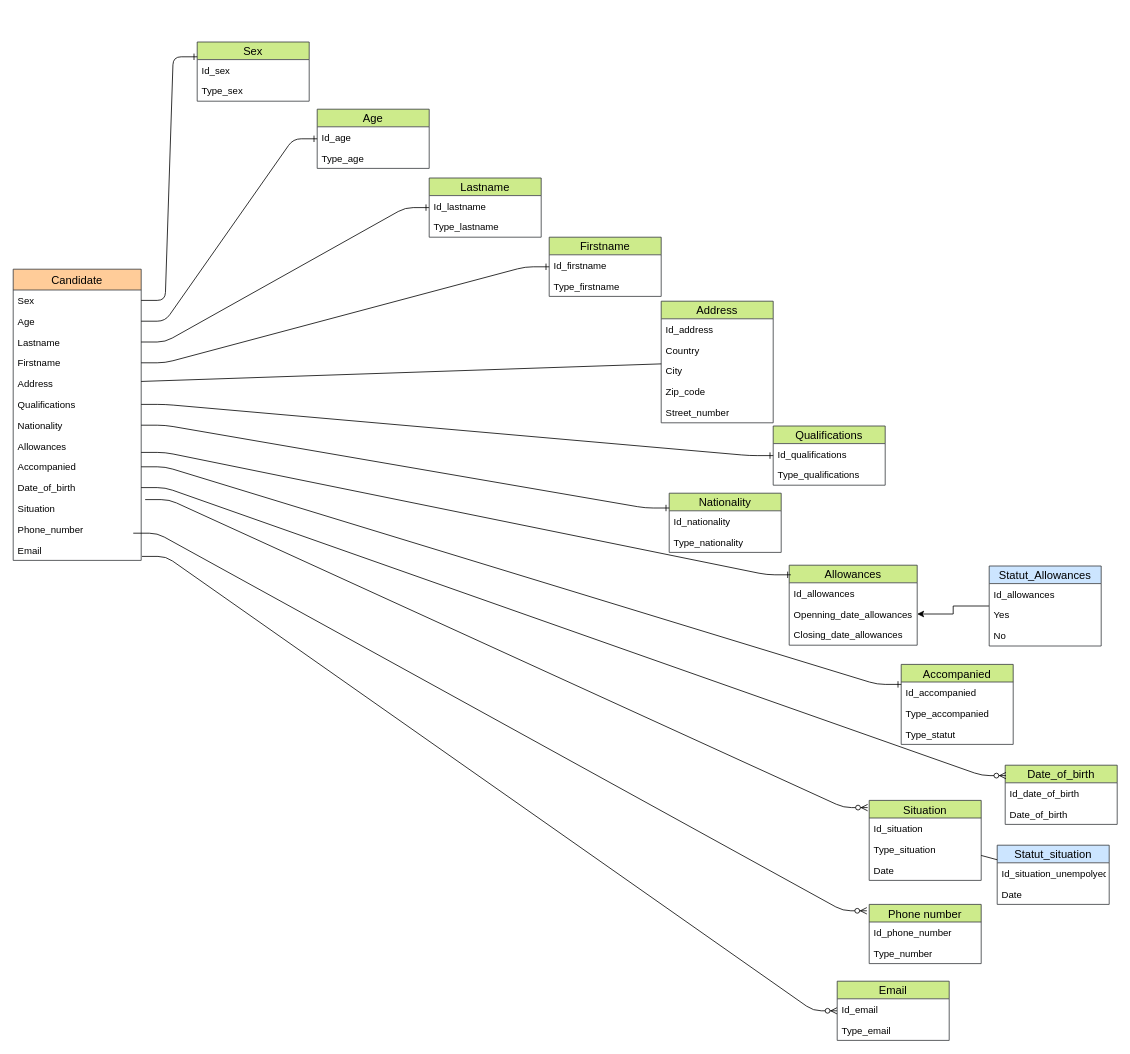
The draw.io diagram MySQL/BD PE.drawio in Barrkevin/GithubKevin, before the edit. Source tidied: cells renumbered, new cells numbered last; positions are measured from the earlier drawing's top-left corner, leaving out a move shared by most shapes. Both pictures are drawn from the tidied source at 80%, with x=0, y=0 at pixel (13, 42).
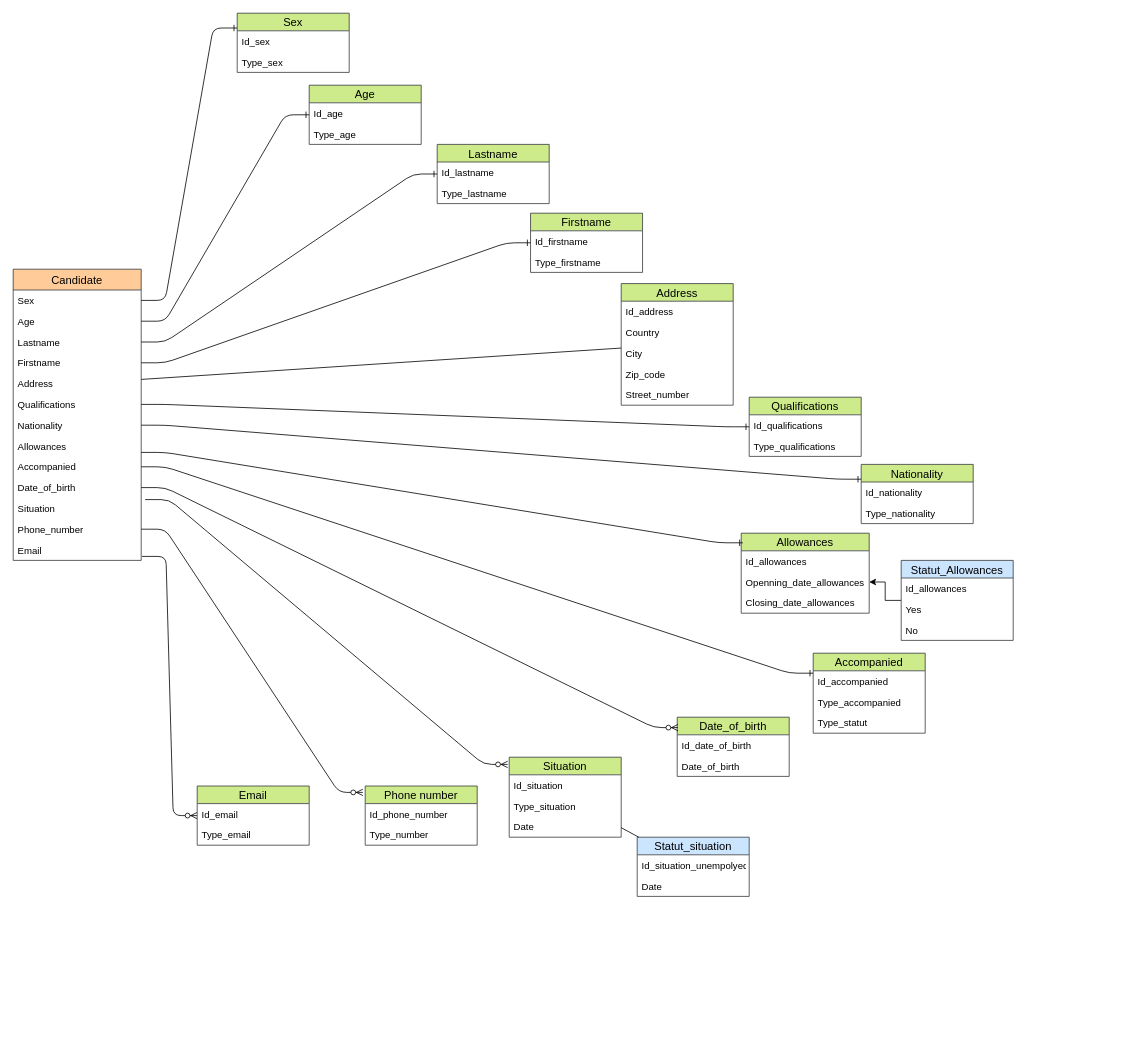
Above is the later version.

Unchanged cells that the change refers to:
```xml
<mxCell id="14" value="Phone_number" style="text;strokeColor=none;fillColor=none;spacingLeft=4;spacingRight=4;overflow=hidden;points=[[0,0.5],[1,0.5]];portConstraint=eastwest;fontSize=12;" parent="2" vertex="1">
  <mxGeometry y="312" width="160" height="26" as="geometry" />
</mxCell>
```

What changed in the source:
```diff
@@
     <mxCell id="16" value="Sex" style="swimlane;fontStyle=0;horizontal=1;startSize=22;fillColor=#cdeb8b;swimlaneFillColor=#ffffff;align=center;fontSize=14;strokeColor=#36393d;" parent="1" vertex="1">
-      <mxGeometry x="230" width="140" height="74" as="geometry" />
+      <mxGeometry x="280" y="-36" width="140" height="74" as="geometry" />
     </mxCell>
@@
     <mxCell id="19" value="Accompanied" style="swimlane;fontStyle=0;horizontal=1;startSize=22;fillColor=#cdeb8b;swimlaneFillColor=#ffffff;align=center;fontSize=14;strokeColor=#36393d;" parent="1" vertex="1">
-      <mxGeometry x="1110" y="778" width="140" height="100" as="geometry" />
+      <mxGeometry x="1000" y="764" width="140" height="100" as="geometry" />
     </mxCell>
@@
     <mxCell id="25" value="Allowances" style="swimlane;fontStyle=0;horizontal=1;startSize=22;fillColor=#cdeb8b;swimlaneFillColor=#ffffff;align=center;fontSize=14;strokeColor=#36393d;" parent="1" vertex="1">
-      <mxGeometry x="970" y="654" width="160" height="100" as="geometry" />
+      <mxGeometry x="910" y="614" width="160" height="100" as="geometry" />
     </mxCell>
@@
     <mxCell id="30" value="Nationality" style="swimlane;fontStyle=0;horizontal=1;startSize=22;fillColor=#cdeb8b;swimlaneFillColor=#ffffff;align=center;fontSize=14;strokeColor=#36393d;" parent="1" vertex="1">
-      <mxGeometry x="820" y="564" width="140" height="74" as="geometry" />
+      <mxGeometry x="1060" y="528" width="140" height="74" as="geometry" />
     </mxCell>
@@
     <mxCell id="33" value="Qualifications" style="swimlane;fontStyle=0;horizontal=1;startSize=22;fillColor=#cdeb8b;swimlaneFillColor=#ffffff;align=center;fontSize=14;strokeColor=#36393d;" parent="1" vertex="1">
-      <mxGeometry x="950" y="480" width="140" height="74" as="geometry" />
+      <mxGeometry x="920" y="444" width="140" height="74" as="geometry" />
     </mxCell>
@@
     <mxCell id="36" value="Address" style="swimlane;fontStyle=0;horizontal=1;startSize=22;fillColor=#cdeb8b;swimlaneFillColor=#ffffff;align=center;fontSize=14;strokeColor=#36393d;" parent="1" vertex="1">
-      <mxGeometry x="810" y="324" width="140" height="152" as="geometry" />
+      <mxGeometry x="760" y="302" width="140" height="152" as="geometry" />
     </mxCell>
@@
     <mxCell id="44" value="Age" style="swimlane;fontStyle=0;horizontal=1;startSize=22;fillColor=#cdeb8b;swimlaneFillColor=#ffffff;align=center;fontSize=14;strokeColor=#36393d;" parent="1" vertex="1">
-      <mxGeometry x="380" y="84" width="140" height="74" as="geometry" />
+      <mxGeometry x="370" y="54" width="140" height="74" as="geometry" />
     </mxCell>
@@
     <mxCell id="49" value="Lastname" style="swimlane;fontStyle=0;horizontal=1;startSize=22;fillColor=#cdeb8b;swimlaneFillColor=#ffffff;align=center;fontSize=14;strokeColor=#36393d;" parent="1" vertex="1">
-      <mxGeometry x="520" y="170" width="140" height="74" as="geometry" />
+      <mxGeometry x="530" y="128" width="140" height="74" as="geometry" />
     </mxCell>
@@
     <mxCell id="52" value="Firstname" style="swimlane;fontStyle=0;horizontal=1;startSize=22;fillColor=#cdeb8b;swimlaneFillColor=#ffffff;align=center;fontSize=14;strokeColor=#36393d;" parent="1" vertex="1">
-      <mxGeometry x="670" y="244" width="140" height="74" as="geometry" />
+      <mxGeometry x="646.7" y="214" width="140" height="74" as="geometry" />
     </mxCell>
@@
     <mxCell id="56" value="Date_of_birth" style="swimlane;fontStyle=0;horizontal=1;startSize=22;fillColor=#cdeb8b;swimlaneFillColor=#ffffff;align=center;fontSize=14;strokeColor=#36393d;" parent="1" vertex="1">
-      <mxGeometry x="1240" y="904" width="140" height="74" as="geometry" />
+      <mxGeometry x="830" y="844" width="140" height="74" as="geometry" />
     </mxCell>
@@
     <mxCell id="60" value="Statut_Allowances" style="swimlane;fontStyle=0;horizontal=1;startSize=22;fillColor=#cce5ff;swimlaneFillColor=#ffffff;align=center;fontSize=14;strokeColor=#36393d;" parent="1" vertex="1">
-      <mxGeometry x="1220" y="655" width="140" height="100" as="geometry" />
+      <mxGeometry x="1110" y="648" width="140" height="100" as="geometry" />
     </mxCell>
@@
     <mxCell id="64" value="Situation" style="swimlane;fontStyle=0;horizontal=1;startSize=22;fillColor=#cdeb8b;swimlaneFillColor=#ffffff;align=center;fontSize=14;strokeColor=#36393d;" parent="1" vertex="1">
-      <mxGeometry x="1070" y="948" width="140" height="100" as="geometry" />
+      <mxGeometry x="620" y="894" width="140" height="100" as="geometry" />
     </mxCell>
@@
     <mxCell id="68" value="Statut_situation" style="swimlane;fontStyle=0;horizontal=1;startSize=22;fillColor=#cce5ff;swimlaneFillColor=#ffffff;align=center;fontSize=14;strokeColor=#36393d;" parent="1" vertex="1">
-      <mxGeometry x="1230" y="1004" width="140" height="74" as="geometry" />
+      <mxGeometry x="780" y="994" width="140" height="74" as="geometry" />
     </mxCell>
@@
     <mxCell id="73" value="Phone number" style="swimlane;fontStyle=0;horizontal=1;startSize=22;fillColor=#cdeb8b;swimlaneFillColor=#ffffff;align=center;fontSize=14;strokeColor=#36393d;" parent="1" vertex="1">
-      <mxGeometry x="1070" y="1078" width="140" height="74" as="geometry" />
+      <mxGeometry x="440" y="930" width="140" height="74" as="geometry" />
     </mxCell>
@@
-    <mxCell id="78" style="edgeStyle=entityRelationEdgeStyle;fontSize=12;html=1;endArrow=ERzeroToMany;endFill=1;exitX=0.938;exitY=0.692;exitDx=0;exitDy=0;exitPerimeter=0;entryX=-0.021;entryY=0.108;entryDx=0;entryDy=0;entryPerimeter=0;" parent="1" edge="1" source="14" target="73">
+    <mxCell id="78" style="edgeStyle=entityRelationEdgeStyle;fontSize=12;html=1;endArrow=ERzeroToMany;endFill=1;entryX=-0.021;entryY=0.108;entryDx=0;entryDy=0;entryPerimeter=0;" parent="1" edge="1" source="14" target="73">
       <mxGeometry relative="1" as="geometry" />
     </mxCell>
@@
     <mxCell id="80" value="Email" style="swimlane;fontStyle=0;horizontal=1;startSize=22;fillColor=#cdeb8b;swimlaneFillColor=#ffffff;align=center;fontSize=14;strokeColor=#36393d;" parent="1" vertex="1">
-      <mxGeometry x="1030" y="1174" width="140" height="74" as="geometry" />
+      <mxGeometry x="230" y="930" width="140" height="74" as="geometry" />
     </mxCell>
```
